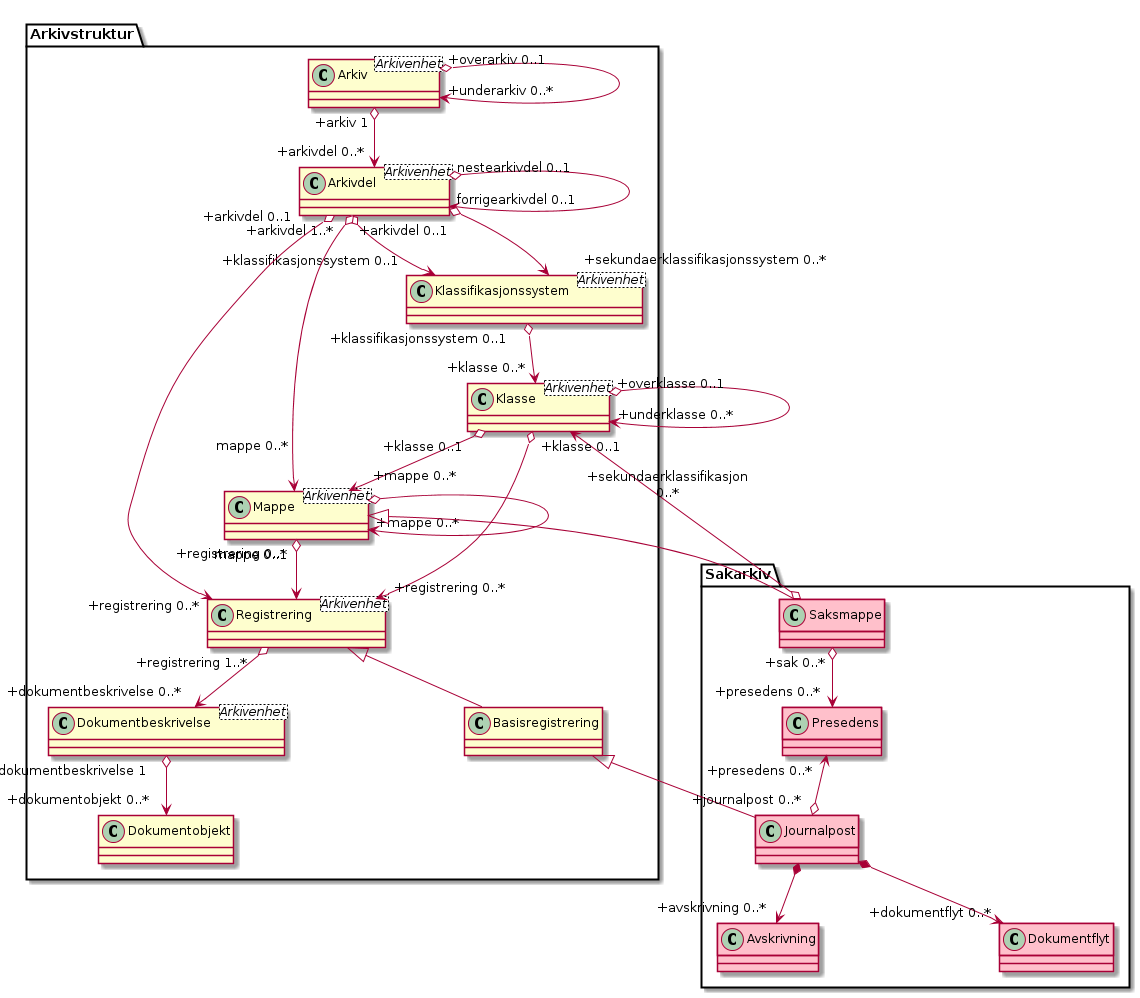
The PlantUML diagram kapitler/media/uml-hovedmodell-saksbehandling.png in arkivverket/noark5-tjenestegrensesnitt-standard, before a commit.
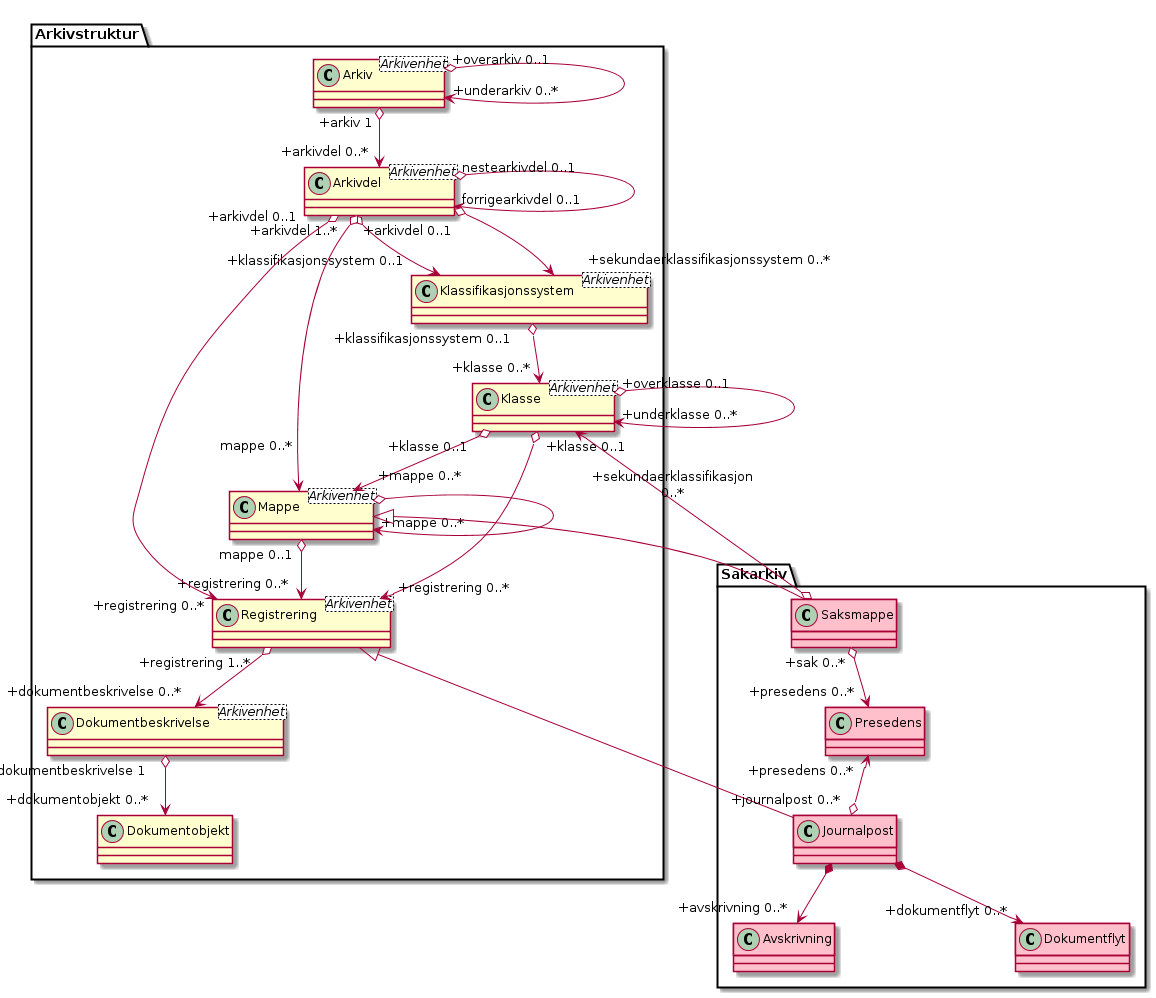
The same diagram one commit later.

Diff of the diagram source:
```diff
@@ -26,15 +26,14 @@
 Arkivstruktur.Mappe o--> "+mappe 0..*" Arkivstruktur.Mappe
 Arkivstruktur.Mappe <|-- Sakarkiv.Saksmappe
 Arkivstruktur.Klasse "\n\n+sekundaerklassifikasjon\n0..*" <--o Sakarkiv.Saksmappe
-Arkivstruktur.Mappe "mappe 0..1" o--> "+registrering 0..*\n\n" Arkivstruktur.Registrering
+Arkivstruktur.Mappe "mappe 0..1" o--> "+registrering 0..*" Arkivstruktur.Registrering
 Arkivstruktur.Mappe "mappe 0..*\n\n" <--o "+arkivdel 0..1" Arkivstruktur.Arkivdel
 Arkivstruktur.Klasse "+klasse 0..1" o--> "+registrering 0..*" Arkivstruktur.Registrering
 Arkivstruktur.Registrering "+registrering 1..*" o--> "+dokumentbeskrivelse 0..*" Arkivstruktur.Dokumentbeskrivelse
 Arkivstruktur.Registrering "+registrering 0..*" <--o "+arkivdel 0..1" Arkivstruktur.Arkivdel
-Arkivstruktur.Registrering <|-- Arkivstruktur.Basisregistrering
 Arkivstruktur.Dokumentbeskrivelse "+dokumentbeskrivelse 1" o--> "+dokumentobjekt 0..*" Arkivstruktur.Dokumentobjekt
 Sakarkiv.Saksmappe "+sak 0..*" o--> "+presedens 0..*" Sakarkiv.Presedens
-Arkivstruktur.Basisregistrering <|-- Sakarkiv.Journalpost
+Arkivstruktur.Registrering <|-- Sakarkiv.Journalpost
 Sakarkiv.Presedens "+presedens 0..*" <--o "+journalpost 0..*" Sakarkiv.Journalpost
 Sakarkiv.Journalpost *--> "+avskrivning 0..*" Sakarkiv.Avskrivning
 Sakarkiv.Journalpost *--> "+dokumentflyt 0..*" Sakarkiv.Dokumentflyt
```
